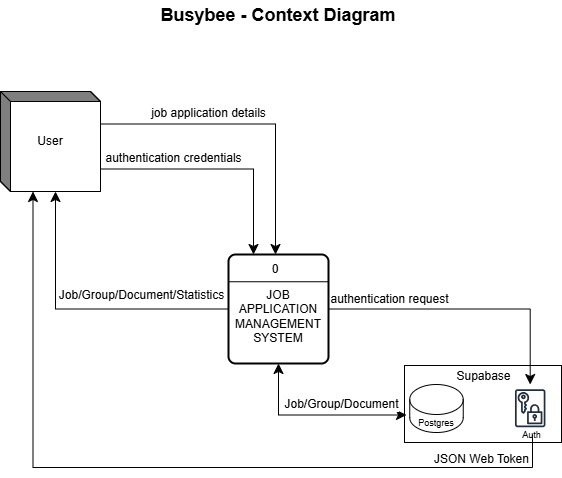
Earlier version of the draw.io export Documentation/diagrams/data-flow-diagrams/dfd-context.png (Masonluna/BusyBee). Source tidied: cells renumbered, new cells last; positions are measured from the earlier drawing's top-left corner, leaving out a move shared by most shapes.
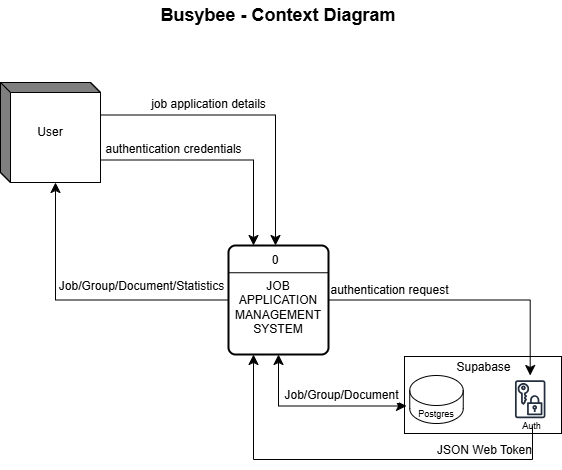
The same file after the commit.

Commit message:
modified context diagram

Change to the diagram source:
```diff
@@ -76,7 +76,7 @@
       <mxGeometry x="172" y="157" as="geometry" />
     </mxCell>
     <mxCell id="25" value="&lt;b&gt;&lt;font style=&quot;font-size: 18px;&quot;&gt;Busybee -&amp;nbsp;&lt;/font&gt;&lt;/b&gt;&lt;b style=&quot;background-color: transparent; color: light-dark(rgb(0, 0, 0), rgb(255, 255, 255));&quot;&gt;&lt;font style=&quot;font-size: 18px;&quot;&gt;Context Diagram&lt;/font&gt;&lt;/b&gt;" style="text;html=1;align=center;verticalAlign=middle;whiteSpace=wrap;rounded=0;" parent="1" vertex="1">
-      <mxGeometry x="11" width="534" height="30" as="geometry" />
+      <mxGeometry x="11" y="9" width="534" height="30" as="geometry" />
     </mxCell>
     <mxCell id="26" style="endArrow=classic;html=1;rounded=0;fontSize=12;startSize=8;endSize=8;exitX=1;exitY=0.5;exitDx=0;exitDy=0;edgeStyle=orthogonalEdgeStyle;" parent="1" edge="1" source="13" target="7">
       <mxGeometry relative="1" as="geometry" />
@@ -86,18 +86,18 @@
         <mxPoint x="43" y="-12" as="offset" />
       </mxGeometry>
     </mxCell>
-    <mxCell id="28" style="endArrow=classic;html=1;rounded=0;fontSize=12;startSize=8;endSize=8;entryX=0;entryY=0;entryDx=32.5;entryDy=100;entryPerimeter=0;edgeStyle=orthogonalEdgeStyle;" parent="1" edge="1" target="17">
+    <mxCell id="28" style="endArrow=classic;html=1;rounded=0;fontSize=12;startSize=8;endSize=8;entryX=0.25;entryY=1;entryDx=0;entryDy=0;edgeStyle=orthogonalEdgeStyle;" parent="1" edge="1" target="13">
       <mxGeometry relative="1" as="geometry">
         <mxPoint x="532" y="434" as="sourcePoint" />
         <Array as="points">
-          <mxPoint x="532" y="467" />
-          <mxPoint x="33" y="467" />
+          <mxPoint x="532" y="468" />
+          <mxPoint x="253" y="468" />
         </Array>
       </mxGeometry>
     </mxCell>
     <mxCell id="29" value="JSON Web Token" style="edgeLabel;html=1;align=center;verticalAlign=middle;fontSize=12;" parent="28" vertex="1">
       <mxGeometry x="-0.85" y="3" relative="1" as="geometry">
-        <mxPoint x="-24" y="-12" as="offset" />
+        <mxPoint x="-52" y="-7" as="offset" />
       </mxGeometry>
     </mxCell>
     <mxCell id="30" style="endArrow=classic;startArrow=classic;html=1;rounded=0;fontSize=12;startSize=8;endSize=8;entryX=0.5;entryY=1;entryDx=0;entryDy=0;exitX=0;exitY=0.25;exitDx=0;exitDy=0;edgeStyle=orthogonalEdgeStyle;" parent="1" edge="1" source="10" target="13">
```
